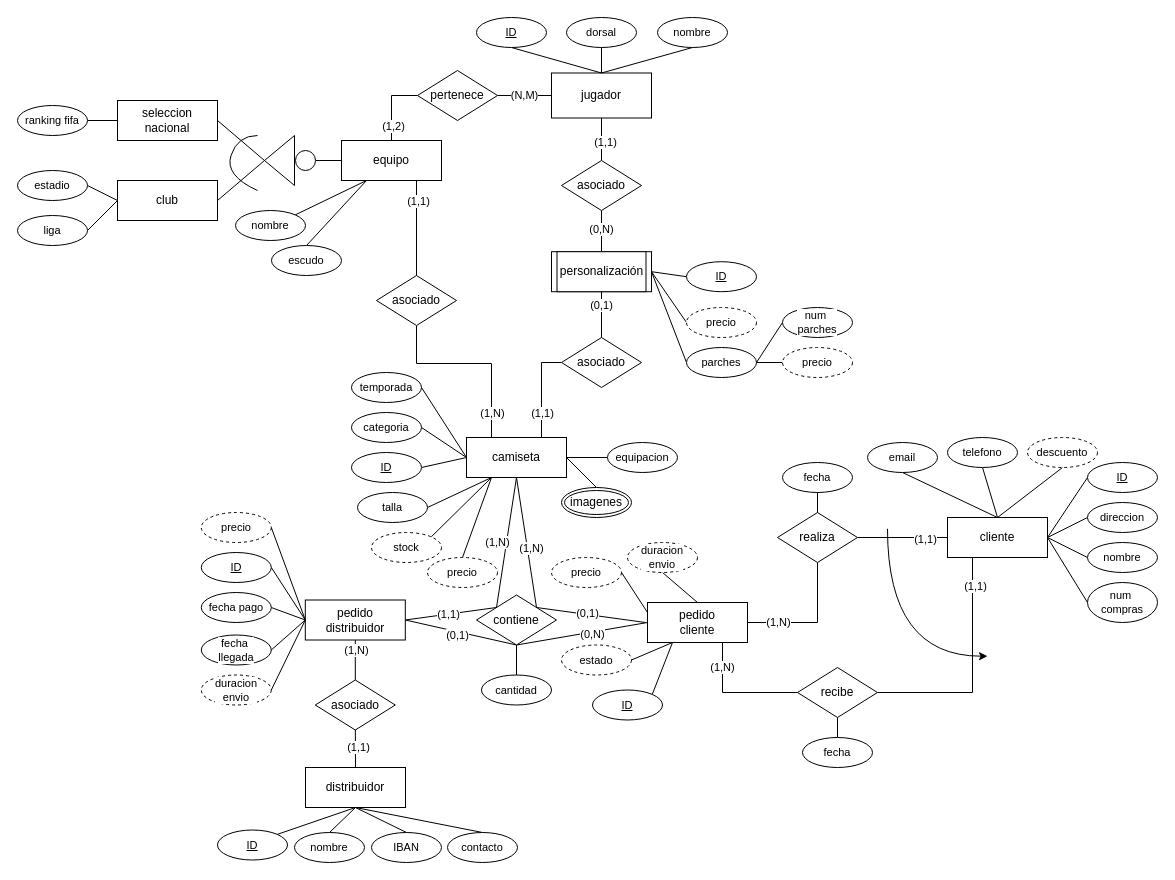
Before: pedidos_camisetas.drawio in Robertpm01/ADBD, a draw.io diagram. Source tidied: cells renumbered, new cells numbered last; positions are measured from the earlier drawing's top-left corner, leaving out a move shared by most shapes. Both pictures are drawn from the tidied source at 100%, with x=0, y=0 at pixel (17, 17).
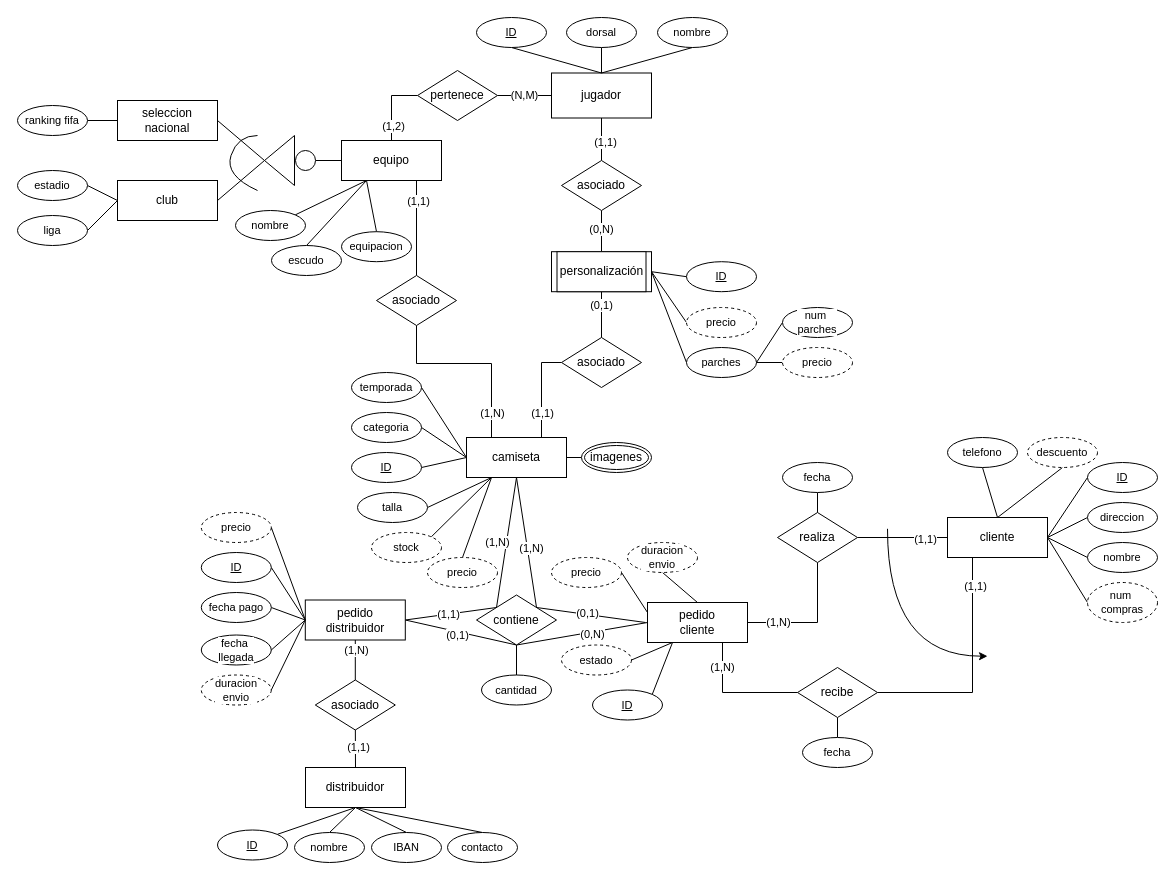
The same diagram, later.

Unchanged cells that the change refers to:
```xml
<mxCell id="8" value="camiseta" style="whiteSpace=wrap;html=1;align=center;" parent="1" vertex="1">
  <mxGeometry x="449" y="420" width="100" height="40" as="geometry" />
</mxCell>
<mxCell id="35" value="cliente" style="whiteSpace=wrap;html=1;align=center;" parent="1" vertex="1">
  <mxGeometry x="930" y="500" width="100" height="40" as="geometry" />
</mxCell>
<mxCell id="41" value="equipo" style="whiteSpace=wrap;html=1;align=center;" parent="1" vertex="1">
  <mxGeometry x="324" y="123" width="100" height="40" as="geometry" />
</mxCell>
```

What changed in the source:
```diff
@@
-    <mxCell id="5" style="rounded=0;jettySize=auto;html=1;exitX=1;exitY=0.5;exitDx=0;exitDy=0;entryX=0.5;entryY=0;entryDx=0;entryDy=0;endArrow=none;endFill=0;" parent="1" edge="1" source="8" target="143">
+    <mxCell id="5" style="rounded=0;jettySize=auto;html=1;exitX=1;exitY=0.5;exitDx=0;exitDy=0;entryX=0;entryY=0.5;entryDx=0;entryDy=0;endArrow=none;endFill=0;" parent="1" edge="1" source="8" target="143">
       <mxGeometry relative="1" as="geometry" />
     </mxCell>
@@
+    <mxCell id="153" style="edgeStyle=none;shape=connector;rounded=0;jettySize=auto;html=1;exitX=0.25;exitY=1;exitDx=0;exitDy=0;entryX=0.5;entryY=0;entryDx=0;entryDy=0;strokeColor=default;align=center;verticalAlign=middle;fontFamily=Helvetica;fontSize=11;fontColor=default;labelBackgroundColor=default;endArrow=none;endFill=0;" parent="1" edge="1" source="41" target="145">
+      <mxGeometry relative="1" as="geometry" />
+    </mxCell>
@@
-    <mxCell id="71" value="num&amp;nbsp;&lt;div&gt;compras&lt;/div&gt;" style="ellipse;whiteSpace=wrap;html=1;align=center;fontFamily=Helvetica;fontSize=11;fontColor=default;labelBackgroundColor=default;" parent="1" vertex="1">
+    <mxCell id="71" value="num&amp;nbsp;&lt;div&gt;compras&lt;/div&gt;" style="ellipse;whiteSpace=wrap;html=1;align=center;fontFamily=Helvetica;fontSize=11;fontColor=default;labelBackgroundColor=default;dashed=1;" parent="1" vertex="1">
       <mxGeometry x="1070" y="565" width="70" height="40" as="geometry" />
     </mxCell>
@@
-    <mxCell id="130" style="edgeStyle=none;shape=connector;rounded=0;jettySize=auto;html=1;exitX=0.5;exitY=1;exitDx=0;exitDy=0;entryX=0.5;entryY=0;entryDx=0;entryDy=0;strokeColor=default;align=center;verticalAlign=middle;fontFamily=Helvetica;fontSize=11;fontColor=default;labelBackgroundColor=default;endArrow=none;endFill=0;" parent="1" edge="1" source="131" target="35">
-      <mxGeometry relative="1" as="geometry" />
-    </mxCell>
-    <mxCell id="131" value="email" style="ellipse;whiteSpace=wrap;html=1;align=center;fontFamily=Helvetica;fontSize=11;fontColor=default;labelBackgroundColor=default;" parent="1" vertex="1">
-      <mxGeometry x="850" y="425" width="70" height="30" as="geometry" />
-    </mxCell>
@@
     <mxCell id="143" value="imagenes" style="ellipse;shape=doubleEllipse;margin=3;whiteSpace=wrap;html=1;align=center;" parent="1" vertex="1">
-      <mxGeometry x="544" y="470" width="70" height="30" as="geometry" />
+      <mxGeometry x="564" y="425" width="70" height="30" as="geometry" />
     </mxCell>
-    <mxCell id="144" style="rounded=0;jettySize=auto;html=1;exitX=0;exitY=0.5;exitDx=0;exitDy=0;entryX=1;entryY=0.5;entryDx=0;entryDy=0;endArrow=none;endFill=0;" parent="1" edge="1" source="145" target="8">
-      <mxGeometry relative="1" as="geometry" />
-    </mxCell>
-    <mxCell id="145" value="equipacion" style="ellipse;whiteSpace=wrap;html=1;align=center;fontFamily=Helvetica;fontSize=11;fontColor=default;labelBackgroundColor=default;" parent="1" vertex="1">
-      <mxGeometry x="590" y="425" width="70" height="30" as="geometry" />
-    </mxCell>
@@
+    <mxCell id="145" value="equipacion" style="ellipse;whiteSpace=wrap;html=1;align=center;fontFamily=Helvetica;fontSize=11;fontColor=default;labelBackgroundColor=default;" parent="1" vertex="1">
+      <mxGeometry x="324" y="214.2" width="70" height="30" as="geometry" />
+    </mxCell>
```
